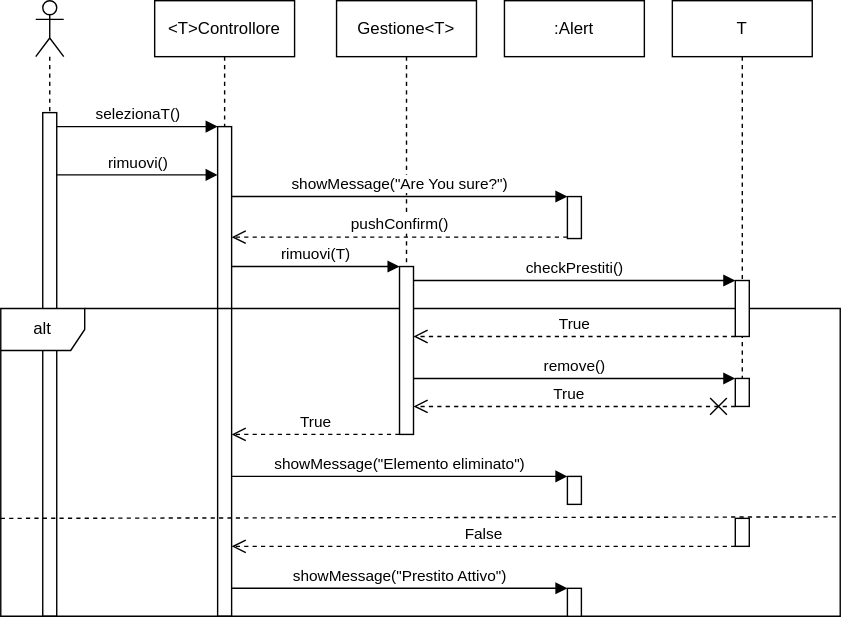
This is Design/DiagrammaSequenzaRimuoviT.svg from doppiaaa/Progetto-Biblioteca-Ingegneria-del-Software, a draw.io export, as it was before one commit. Source tidied: cells renumbered, new cells last; positions are measured from the earlier drawing's top-left corner, leaving out a move shared by most shapes.
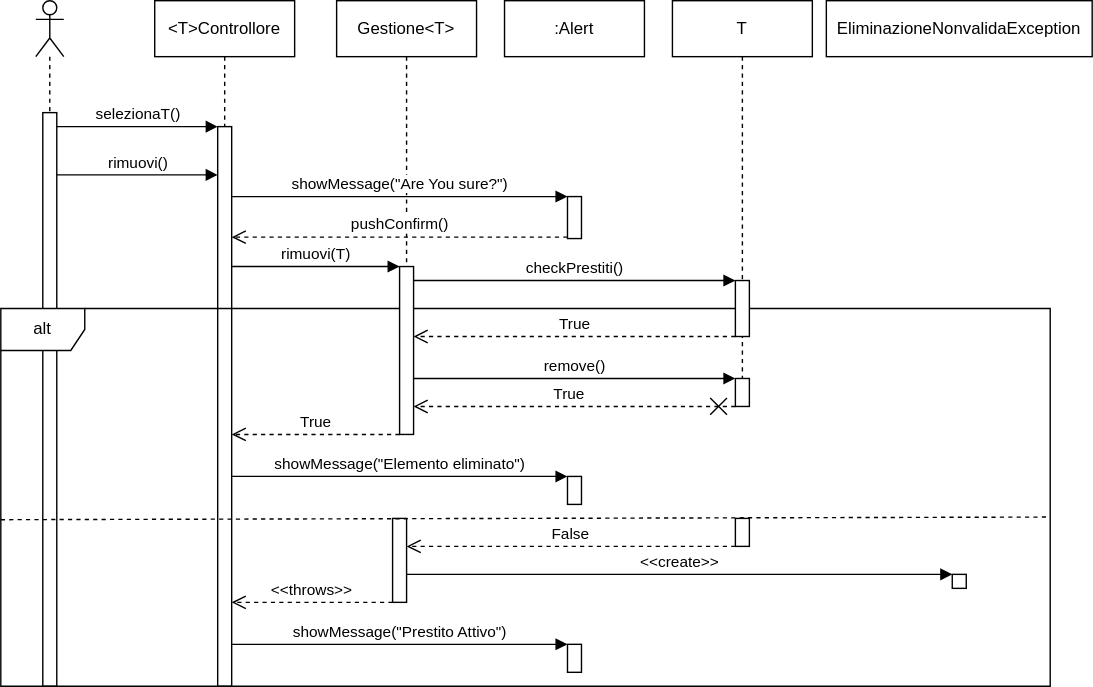
The same file after the commit.

Change to the diagram source:
```diff
@@ -3,13 +3,13 @@
     <mxCell id="0" />
     <mxCell id="1" parent="0" />
     <mxCell id="2" style="html=1;points=[[0,0,0,0,5],[0,1,0,0,-5],[1,0,0,0,5],[1,1,0,0,-5]];perimeter=orthogonalPerimeter;outlineConnect=0;targetShapes=umlLifeline;portConstraint=eastwest;newEdgeStyle={&quot;curved&quot;:0,&quot;rounded&quot;:0};" parent="1" vertex="1">
-      <mxGeometry x="30" y="80" width="10" height="360" as="geometry" />
+      <mxGeometry x="30" y="80" width="10" height="410" as="geometry" />
     </mxCell>
     <mxCell id="3" value="&amp;lt;T&amp;gt;Controllore" style="shape=umlLifeline;perimeter=lifelinePerimeter;whiteSpace=wrap;html=1;newEdgeStyle={&quot;curved&quot;:0,&quot;rounded&quot;:0};" parent="1" vertex="1">
       <mxGeometry x="110" width="100" height="90" as="geometry" />
     </mxCell>
     <mxCell id="4" style="html=1;points=[[0,0,0,0,5],[0,1,0,0,-5],[1,0,0,0,5],[1,1,0,0,-5]];perimeter=orthogonalPerimeter;outlineConnect=0;targetShapes=umlLifeline;portConstraint=eastwest;newEdgeStyle={&quot;curved&quot;:0,&quot;rounded&quot;:0};" parent="1" vertex="1">
-      <mxGeometry x="155" y="90" width="10" height="350" as="geometry" />
+      <mxGeometry x="155" y="90" width="10" height="400" as="geometry" />
     </mxCell>
     <mxCell id="5" value="Gestione&amp;lt;T&amp;gt;" style="shape=umlLifeline;perimeter=lifelinePerimeter;whiteSpace=wrap;html=1;newEdgeStyle={&quot;curved&quot;:0,&quot;rounded&quot;:0};" parent="1" vertex="1">
       <mxGeometry x="240" width="100" height="190" as="geometry" />
@@ -37,7 +37,7 @@
       <mxGeometry x="405" y="140" width="10" height="30" as="geometry" />
     </mxCell>
     <mxCell id="11" value="alt" style="shape=umlFrame;whiteSpace=wrap;html=1;" parent="1" vertex="1">
-      <mxGeometry y="220" width="600" height="220" as="geometry" />
+      <mxGeometry y="220" width="750" height="270" as="geometry" />
     </mxCell>
     <mxCell id="12" value="pushConfirm()" style="html=1;verticalAlign=bottom;endArrow=open;dashed=1;endSize=8;curved=0;rounded=0;" parent="1" edge="1" source="10">
       <mxGeometry relative="1" as="geometry">
@@ -99,18 +99,12 @@
     <mxCell id="25" style="html=1;points=[[0,0,0,0,5],[0,1,0,0,-5],[1,0,0,0,5],[1,1,0,0,-5]];perimeter=orthogonalPerimeter;outlineConnect=0;targetShapes=umlLifeline;portConstraint=eastwest;newEdgeStyle={&quot;curved&quot;:0,&quot;rounded&quot;:0};" parent="1" vertex="1">
       <mxGeometry x="405" y="340" width="10" height="20" as="geometry" />
     </mxCell>
-    <mxCell id="26" style="endArrow=none;dashed=1;html=1;rounded=0;entryX=0.996;entryY=0.677;entryDx=0;entryDy=0;entryPerimeter=0;" parent="1" edge="1" target="11">
-      <mxGeometry relative="1" as="geometry">
-        <mxPoint y="370" as="sourcePoint" />
-      </mxGeometry>
-    </mxCell>
     <mxCell id="27" style="html=1;perimeter=orthogonalPerimeter;targetShapes=umlLifeline;newEdgeStyle={&quot;curved&quot;:0,&quot;rounded&quot;:0};" parent="1" vertex="1">
       <mxGeometry x="525" y="370" width="10" height="20" as="geometry" />
     </mxCell>
-    <mxCell id="28" value="False" style="html=1;verticalAlign=bottom;endArrow=open;dashed=1;endSize=8;curved=0;rounded=0;" parent="1" edge="1">
+    <mxCell id="28" value="False" style="html=1;verticalAlign=bottom;endArrow=open;dashed=1;endSize=8;curved=0;rounded=0;" parent="1" edge="1" target="33">
       <mxGeometry relative="1" as="geometry">
         <mxPoint x="525" y="390" as="sourcePoint" />
-        <mxPoint x="165" y="390" as="targetPoint" />
       </mxGeometry>
     </mxCell>
     <mxCell id="29" style="shape=umlLifeline;perimeter=lifelinePerimeter;whiteSpace=wrap;html=1;newEdgeStyle={&quot;curved&quot;:0,&quot;rounded&quot;:0};participant=umlActor;" parent="1" vertex="1">
@@ -118,11 +112,34 @@
     </mxCell>
     <mxCell id="30" value="showMessage(&quot;Prestito Attivo&quot;)" style="html=1;verticalAlign=bottom;endArrow=block;curved=0;rounded=0;" parent="1" edge="1" target="31">
       <mxGeometry relative="1" as="geometry">
-        <mxPoint x="165" y="420" as="sourcePoint" />
+        <mxPoint x="165" y="460" as="sourcePoint" />
       </mxGeometry>
     </mxCell>
     <mxCell id="31" style="html=1;points=[[0,0,0,0,5],[0,1,0,0,-5],[1,0,0,0,5],[1,1,0,0,-5]];perimeter=orthogonalPerimeter;outlineConnect=0;targetShapes=umlLifeline;portConstraint=eastwest;newEdgeStyle={&quot;curved&quot;:0,&quot;rounded&quot;:0};" parent="1" vertex="1">
-      <mxGeometry x="405" y="420" width="10" height="20" as="geometry" />
+      <mxGeometry x="405" y="460" width="10" height="20" as="geometry" />
     </mxCell>
+    <mxCell id="32" value="EliminazioneNonvalidaException" style="shape=umlLifeline;perimeter=lifelinePerimeter;whiteSpace=wrap;html=1;newEdgeStyle={&quot;curved&quot;:0,&quot;rounded&quot;:0};" parent="1" vertex="1">
+      <mxGeometry x="590" width="190" height="40" as="geometry" />
+    </mxCell>
+    <mxCell id="33" style="html=1;points=[[0,0,0,0,5],[0,1,0,0,-5],[1,0,0,0,5],[1,1,0,0,-5]];perimeter=orthogonalPerimeter;outlineConnect=0;targetShapes=umlLifeline;portConstraint=eastwest;newEdgeStyle={&quot;curved&quot;:0,&quot;rounded&quot;:0};" parent="1" vertex="1">
+      <mxGeometry x="280" y="370" width="10" height="60" as="geometry" />
+    </mxCell>
+    <mxCell id="34" value="&amp;lt;&amp;lt;create&amp;gt;&amp;gt;" style="html=1;verticalAlign=bottom;endArrow=block;curved=0;rounded=0;" parent="1" edge="1" target="35">
+      <mxGeometry relative="1" as="geometry">
+        <mxPoint x="290" y="410" as="sourcePoint" />
+      </mxGeometry>
+    </mxCell>
+    <mxCell id="35" style="html=1;points=[[0,0,0,0,5],[0,1,0,0,-5],[1,0,0,0,5],[1,1,0,0,-5]];perimeter=orthogonalPerimeter;outlineConnect=0;targetShapes=umlLifeline;portConstraint=eastwest;newEdgeStyle={&quot;curved&quot;:0,&quot;rounded&quot;:0};" parent="1" vertex="1">
+      <mxGeometry x="680" y="410" width="10" height="10" as="geometry" />
+    </mxCell>
+    <mxCell id="36" value="&amp;lt;&amp;lt;throws&amp;gt;&amp;gt;" style="html=1;verticalAlign=bottom;endArrow=open;dashed=1;endSize=8;curved=0;rounded=0;" parent="1" edge="1">
+      <mxGeometry relative="1" as="geometry">
+        <mxPoint x="280" y="430" as="sourcePoint" />
+        <mxPoint x="165" y="430" as="targetPoint" />
+      </mxGeometry>
+    </mxCell>
+    <mxCell id="37" style="endArrow=none;dashed=1;html=1;rounded=0;exitX=0;exitY=0.559;exitDx=0;exitDy=0;exitPerimeter=0;entryX=0.996;entryY=0.552;entryDx=0;entryDy=0;entryPerimeter=0;" parent="1" edge="1" source="11" target="11">
+      <mxGeometry relative="1" as="geometry" />
+    </mxCell>
   </root>
 </mxGraphModel>
```
